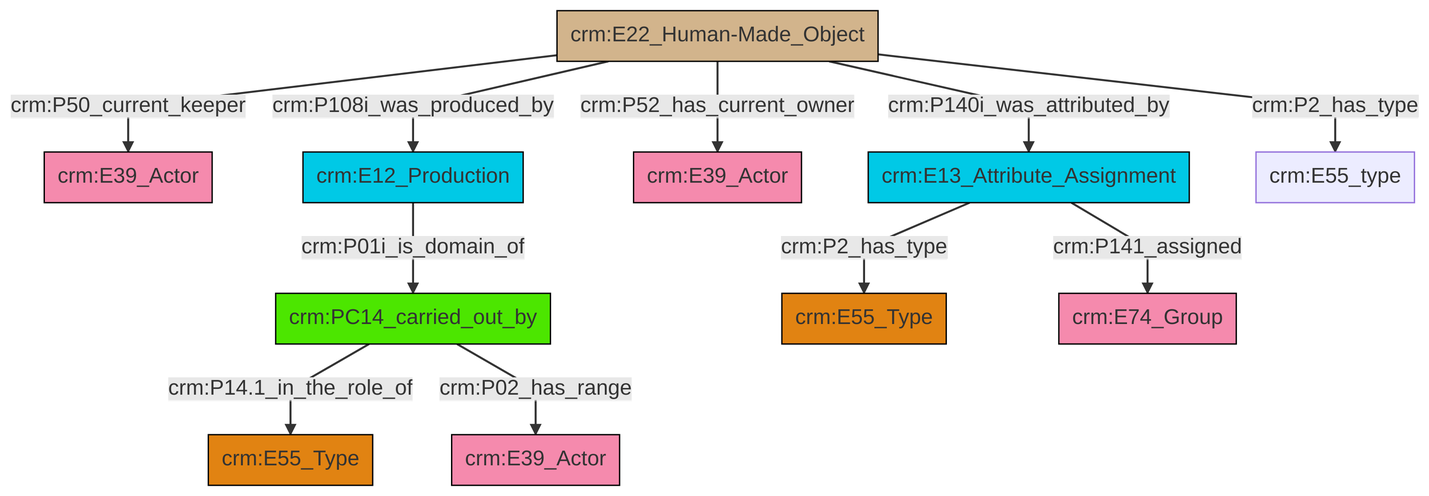
This is et/artworkCSV/ttl/mmd/png/Artwork_Actor_Relations.png from swiss-art-research-net/reference-data-models, a Mermaid export, as it was before one commit. Its source is kept beside it as et/artworkCSV/ttl/mmd/Artwork_Actor_Relations.ttl.mmd.
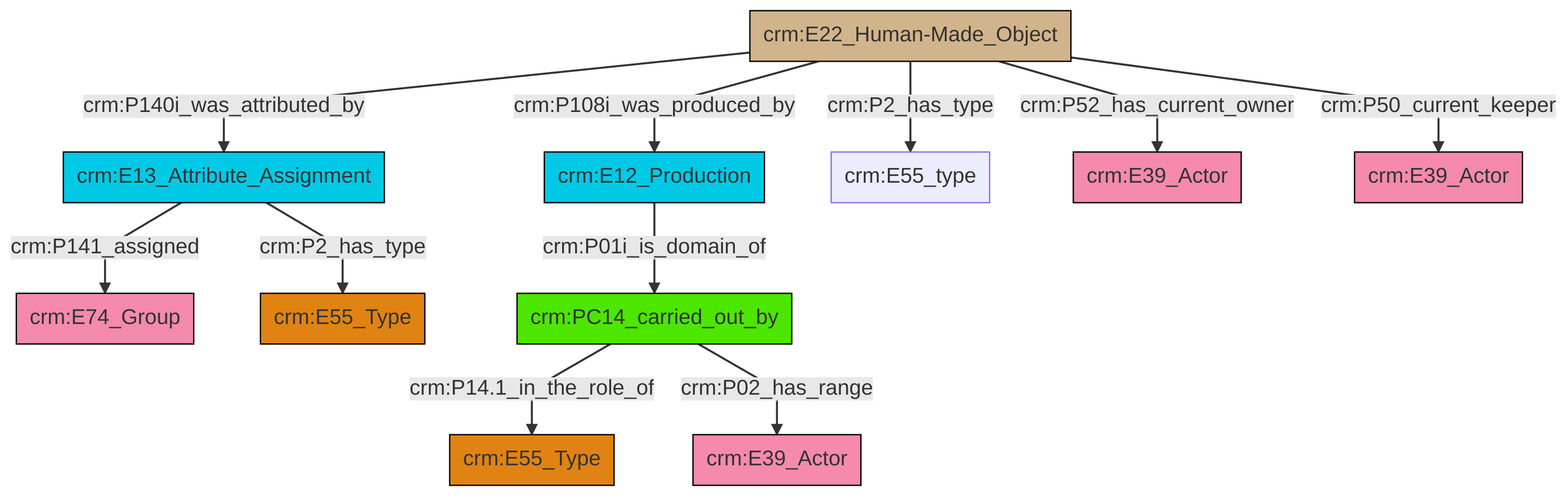
After the commit.

Change to the diagram source:
```diff
@@ -13,13 +13,13 @@
 classDef PC_Classes fill:#4ce600, stroke:#000000;
 classDef Multi fill:#cccccc,stroke:#000000;
 
-4["crm:E22_Human-Made_Object"]:::Physical_Thing -->|crm:P50_current_keeper| 2["crm:E39_Actor"]:::Actor
-4["crm:E22_Human-Made_Object"]:::Physical_Thing -->|crm:P108i_was_produced_by| 10["crm:E12_Production"]:::Temporal_Entity
-11["crm:E13_Attribute_Assignment"]:::Temporal_Entity -->|crm:P2_has_type| 8["crm:E55_Type"]:::Type
-4["crm:E22_Human-Made_Object"]:::Physical_Thing -->|crm:P52_has_current_owner| 0["crm:E39_Actor"]:::Actor
-12["crm:PC14_carried_out_by"]:::PC_Classes -->|crm:P14.1_in_the_role_of| 18["crm:E55_Type"]:::Type
-10["crm:E12_Production"]:::Temporal_Entity -->|crm:P01i_is_domain_of| 12["crm:PC14_carried_out_by"]:::PC_Classes
-12["crm:PC14_carried_out_by"]:::PC_Classes -->|crm:P02_has_range| 6["crm:E39_Actor"]:::Actor
-4["crm:E22_Human-Made_Object"]:::Physical_Thing -->|crm:P140i_was_attributed_by| 11["crm:E13_Attribute_Assignment"]:::Temporal_Entity
-4["crm:E22_Human-Made_Object"]:::Physical_Thing -->|crm:P2_has_type| 19["crm:E55_type"]:::Default
-11["crm:E13_Attribute_Assignment"]:::Temporal_Entity -->|crm:P141_assigned| 16["crm:E74_Group"]:::Actor
+2["crm:E22_Human-Made_Object"]:::Physical_Thing -->|crm:P140i_was_attributed_by| 3["crm:E13_Attribute_Assignment"]:::Temporal_Entity
+2["crm:E22_Human-Made_Object"]:::Physical_Thing -->|crm:P2_has_type| 6["crm:E55_type"]:::Default
+2["crm:E22_Human-Made_Object"]:::Physical_Thing -->|crm:P108i_was_produced_by| 0["crm:E12_Production"]:::Temporal_Entity
+2["crm:E22_Human-Made_Object"]:::Physical_Thing -->|crm:P52_has_current_owner| 8["crm:E39_Actor"]:::Actor
+14["crm:PC14_carried_out_by"]:::PC_Classes -->|crm:P14.1_in_the_role_of| 15["crm:E55_Type"]:::Type
+14["crm:PC14_carried_out_by"]:::PC_Classes -->|crm:P02_has_range| 16["crm:E39_Actor"]:::Actor
+2["crm:E22_Human-Made_Object"]:::Physical_Thing -->|crm:P50_current_keeper| 17["crm:E39_Actor"]:::Actor
+3["crm:E13_Attribute_Assignment"]:::Temporal_Entity -->|crm:P141_assigned| 4["crm:E74_Group"]:::Actor
+0["crm:E12_Production"]:::Temporal_Entity -->|crm:P01i_is_domain_of| 14["crm:PC14_carried_out_by"]:::PC_Classes
+3["crm:E13_Attribute_Assignment"]:::Temporal_Entity -->|crm:P2_has_type| 11["crm:E55_Type"]:::Type
```
